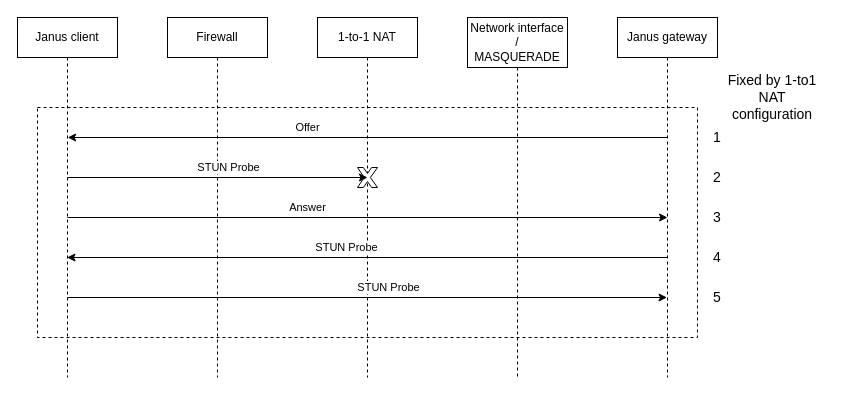
The draw.io diagram doc/sequence_1_to1_nat.drawio in bartbalaz/janus-container, before the edit. Source tidied: cells renumbered, new cells numbered last; positions are measured from the earlier drawing's top-left corner, leaving out a move shared by most shapes. Both pictures are drawn from the tidied source at 100%, with x=0, y=0 at pixel (17, 17).
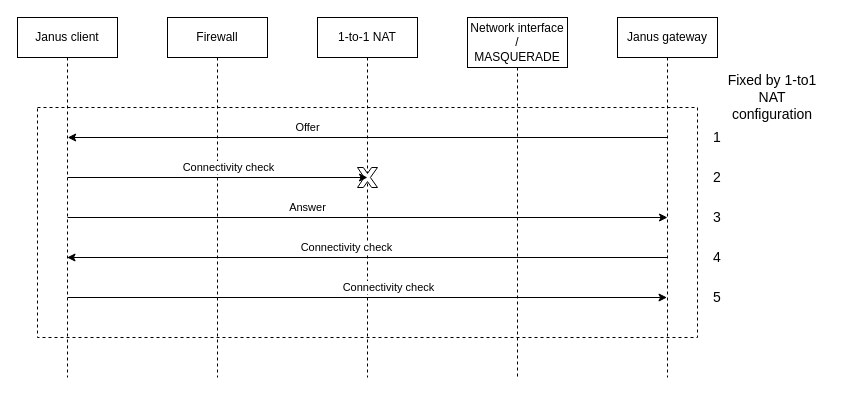
After the change.

The edit, as a diff of the source:
```diff
@@
-    <mxCell id="9" value="STUN Probe" style="endArrow=classic;html=1;" parent="1" edge="1">
+    <mxCell id="9" value="Connectivity check" style="endArrow=classic;html=1;" parent="1" edge="1">
       <mxGeometry x="0.07" y="-10" relative="1" as="geometry">
         <mxPoint x="650" y="240" as="sourcePoint" />
         <mxPoint x="49.5" y="240" as="targetPoint" />
       </mxGeometry>
     </mxCell>
@@
-    <mxCell id="11" value="STUN Probe" style="endArrow=classic;html=1;" parent="1" edge="1">
+    <mxCell id="11" value="Connectivity check" style="endArrow=classic;html=1;" parent="1" edge="1">
       <mxGeometry x="0.07" y="10" relative="1" as="geometry">
         <mxPoint x="50" y="160" as="sourcePoint" />
         <mxPoint x="350" y="160" as="targetPoint" />
       </mxGeometry>
     </mxCell>
@@
-    <mxCell id="13" value="STUN Probe" style="endArrow=classic;html=1;" parent="1" edge="1">
+    <mxCell id="13" value="Connectivity check" style="endArrow=classic;html=1;" parent="1" edge="1">
       <mxGeometry x="0.07" y="10" relative="1" as="geometry">
         <mxPoint x="50" y="280" as="sourcePoint" />
         <mxPoint x="649.5" y="280" as="targetPoint" />
       </mxGeometry>
     </mxCell>
```
